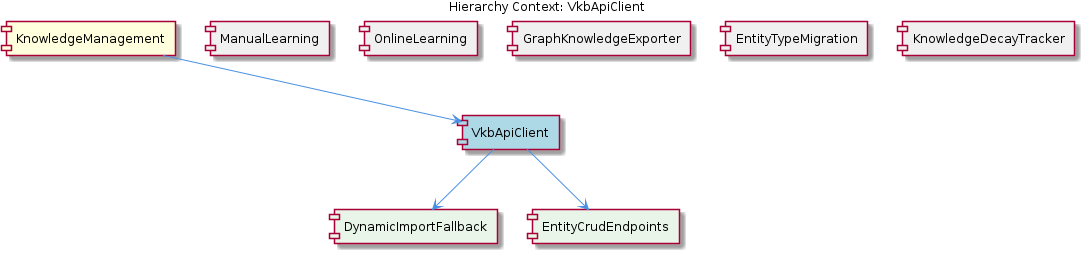
This is knowledge-management/insights/images/vkb-api-client-relationship.png from fwornle/coding, a PlantUML export, as it was before one commit. Its source is kept beside it as .data/knowledge-graph/insights/puml/vkb-api-client-relationship.puml. Source of this version:
```plantuml
@startuml
!include _standard-style.puml

title Hierarchy Context: VkbApiClient

[KnowledgeManagement] as knowledge_management #FFFFDD
[VkbApiClient] as vkb_api_client #LightBlue
[ManualLearning] as manual_learning #F0F0F0
[OnlineLearning] as online_learning #F0F0F0
[GraphKnowledgeExporter] as graph_knowledge_exporter #F0F0F0
[EntityTypeMigration] as entity_type_migration #F0F0F0
[KnowledgeDecayTracker] as knowledge_decay_tracker #F0F0F0
[DynamicImportFallback] as dynamic_import_fallback #E8F5E8
[EntityCrudEndpoints] as entity_crud_endpoints #E8F5E8

knowledge_management --> vkb_api_client
manual_learning -[hidden]- vkb_api_client
online_learning -[hidden]- vkb_api_client
graph_knowledge_exporter -[hidden]- vkb_api_client
entity_type_migration -[hidden]- vkb_api_client
knowledge_decay_tracker -[hidden]- vkb_api_client
vkb_api_client --> dynamic_import_fallback
vkb_api_client --> entity_crud_endpoints

@enduml
```
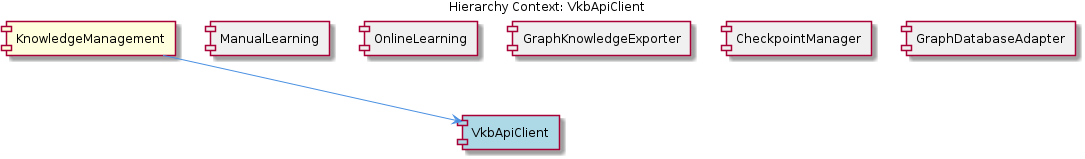
After the commit.

Diff of the diagram source:
```diff
@@ -8,18 +8,14 @@
 [ManualLearning] as manual_learning #F0F0F0
 [OnlineLearning] as online_learning #F0F0F0
 [GraphKnowledgeExporter] as graph_knowledge_exporter #F0F0F0
-[EntityTypeMigration] as entity_type_migration #F0F0F0
-[KnowledgeDecayTracker] as knowledge_decay_tracker #F0F0F0
-[DynamicImportFallback] as dynamic_import_fallback #E8F5E8
-[EntityCrudEndpoints] as entity_crud_endpoints #E8F5E8
+[CheckpointManager] as checkpoint_manager #F0F0F0
+[GraphDatabaseAdapter] as graph_database_adapter #F0F0F0
 
 knowledge_management --> vkb_api_client
 manual_learning -[hidden]- vkb_api_client
 online_learning -[hidden]- vkb_api_client
 graph_knowledge_exporter -[hidden]- vkb_api_client
-entity_type_migration -[hidden]- vkb_api_client
-knowledge_decay_tracker -[hidden]- vkb_api_client
-vkb_api_client --> dynamic_import_fallback
-vkb_api_client --> entity_crud_endpoints
+checkpoint_manager -[hidden]- vkb_api_client
+graph_database_adapter -[hidden]- vkb_api_client
 
 @enduml
```
